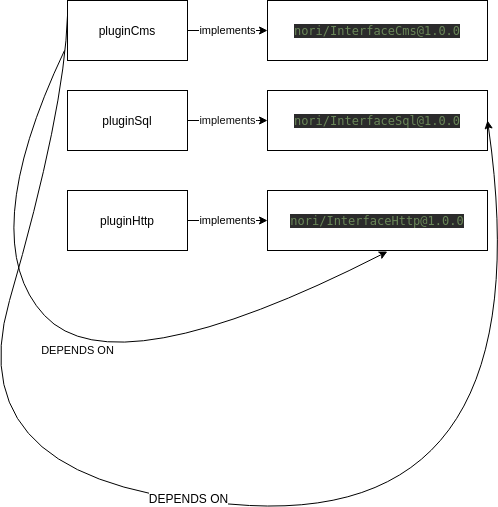
The draw.io diagram internal/dependency/schemes/TestDependencyGraph_PluginsCmsMySqlHttp.png in secure2work/nori, before a commit. Source tidied: cells renumbered, new cells last; positions are measured from the earlier drawing's top-left corner, leaving out a move shared by most shapes.
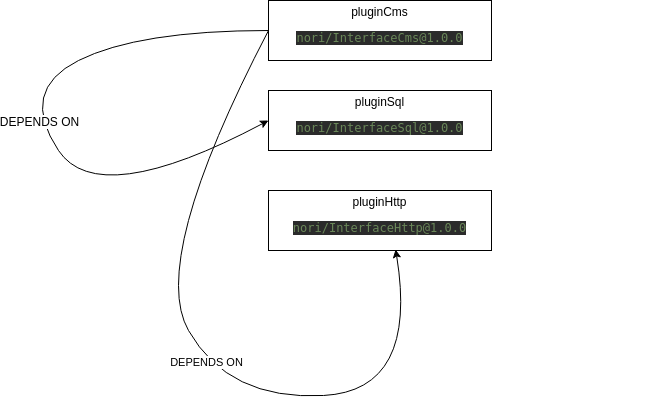
Later version of the same file.

Change to the diagram source:
```diff
@@ -2,60 +2,40 @@
   <root>
     <mxCell id="0" />
     <mxCell id="1" parent="0" />
-    <mxCell id="2" value="pluginCms" style="rounded=0;whiteSpace=wrap;html=1;" parent="1" vertex="1">
-      <mxGeometry x="113" width="120" height="60" as="geometry" />
+    <mxCell id="2" value="pluginCms&lt;br&gt;&lt;pre style=&quot;color: rgb(169 , 183 , 198) ; font-size: 9pt ; background-color: rgb(43 , 43 , 43) ; font-family: &amp;#34;dejavu sans mono&amp;#34;&quot;&gt;&lt;span style=&quot;color: rgb(106 , 135 , 89)&quot;&gt;nori/InterfaceCms@1.0.0&lt;/span&gt;&lt;/pre&gt;" style="rounded=0;whiteSpace=wrap;html=1;" parent="1" vertex="1">
+      <mxGeometry x="113" width="223" height="60" as="geometry" />
     </mxCell>
-    <mxCell id="3" value="pluginSql" style="rounded=0;whiteSpace=wrap;html=1;" parent="1" vertex="1">
-      <mxGeometry x="113" y="90" width="120" height="60" as="geometry" />
+    <mxCell id="3" value="pluginSql&lt;br&gt;&lt;pre style=&quot;color: rgb(169 , 183 , 198) ; font-size: 9pt ; background-color: rgb(43 , 43 , 43) ; font-family: &amp;#34;dejavu sans mono&amp;#34;&quot;&gt;&lt;span style=&quot;color: rgb(106 , 135 , 89)&quot;&gt;nori/InterfaceSql@1.0.0&lt;/span&gt;&lt;/pre&gt;" style="rounded=0;whiteSpace=wrap;html=1;" parent="1" vertex="1">
+      <mxGeometry x="113" y="90" width="223" height="60" as="geometry" />
     </mxCell>
-    <mxCell id="4" value="pluginHttp" style="rounded=0;whiteSpace=wrap;html=1;" parent="1" vertex="1">
-      <mxGeometry x="113" y="190" width="120" height="60" as="geometry" />
+    <mxCell id="4" value="pluginHttp&lt;br&gt;&lt;pre style=&quot;color: rgb(169 , 183 , 198) ; font-size: 9pt ; background-color: rgb(43 , 43 , 43) ; font-family: &amp;#34;dejavu sans mono&amp;#34;&quot;&gt;&lt;span style=&quot;color: rgb(106 , 135 , 89)&quot;&gt;nori/InterfaceHttp@1.0.0&lt;/span&gt;&lt;/pre&gt;" style="rounded=0;whiteSpace=wrap;html=1;" parent="1" vertex="1">
+      <mxGeometry x="113" y="190" width="223" height="60" as="geometry" />
     </mxCell>
-    <mxCell id="5" value="implements" style="endArrow=classic;html=1;exitX=1;exitY=0.5;exitDx=0;exitDy=0;entryX=0;entryY=0.5;entryDx=0;entryDy=0;" parent="1" edge="1" source="4" target="10">
-      <mxGeometry relative="1" as="geometry" />
-    </mxCell>
-    <mxCell id="6" value="&lt;pre style=&quot;background-color: rgb(43 , 43 , 43) ; font-family: &amp;#34;dejavu sans mono&amp;#34; ; font-size: 9pt&quot;&gt;&lt;pre style=&quot;color: rgb(169 , 183 , 198) ; font-family: &amp;#34;dejavu sans mono&amp;#34; ; font-size: 9pt&quot;&gt;&lt;pre style=&quot;font-family: &amp;#34;dejavu sans mono&amp;#34; ; font-size: 9pt&quot;&gt;&lt;pre style=&quot;font-family: &amp;#34;dejavu sans mono&amp;#34; ; font-size: 9pt&quot;&gt;&lt;span style=&quot;color: rgb(106 , 135 , 89)&quot;&gt;nori/InterfaceCms@1.0.0&lt;/span&gt;&lt;/pre&gt;&lt;/pre&gt;&lt;/pre&gt;&lt;/pre&gt;" style="rounded=0;html=1;fontColor=#FFFFFF;whiteSpace=wrap;" parent="1" vertex="1">
-      <mxGeometry x="313" width="220" height="60" as="geometry" />
-    </mxCell>
-    <mxCell id="7" value="implements" style="endArrow=classic;html=1;exitX=1;exitY=0.5;exitDx=0;exitDy=0;entryX=0;entryY=0.5;entryDx=0;entryDy=0;" parent="1" edge="1" source="2" target="6">
-      <mxGeometry relative="1" as="geometry" />
-    </mxCell>
     <mxCell id="8" value="Text" style="text;html=1;align=center;verticalAlign=middle;fontColor=#FFFFFF;" parent="1" vertex="1">
-      <mxGeometry x="346" y="130" width="40" height="20" as="geometry" />
+      <mxGeometry x="449" y="130" width="40" height="20" as="geometry" />
     </mxCell>
-    <mxCell id="9" value="&lt;pre style=&quot;background-color: rgb(43 , 43 , 43) ; font-family: &amp;#34;dejavu sans mono&amp;#34; ; font-size: 9pt&quot;&gt;&lt;pre style=&quot;color: rgb(169 , 183 , 198) ; font-family: &amp;#34;dejavu sans mono&amp;#34; ; font-size: 9pt&quot;&gt;&lt;pre style=&quot;font-family: &amp;#34;dejavu sans mono&amp;#34; ; font-size: 9pt&quot;&gt;&lt;pre style=&quot;font-family: &amp;#34;dejavu sans mono&amp;#34; ; font-size: 9pt&quot;&gt;&lt;span style=&quot;color: rgb(106 , 135 , 89)&quot;&gt;nori/InterfaceSql@1.0.0&lt;/span&gt;&lt;/pre&gt;&lt;/pre&gt;&lt;/pre&gt;&lt;/pre&gt;" style="rounded=0;html=1;fontColor=#FFFFFF;whiteSpace=wrap;" parent="1" vertex="1">
-      <mxGeometry x="313" y="90" width="220" height="60" as="geometry" />
-    </mxCell>
-    <mxCell id="10" value="&lt;pre style=&quot;background-color: rgb(43 , 43 , 43) ; font-family: &amp;#34;dejavu sans mono&amp;#34; ; font-size: 9pt&quot;&gt;&lt;pre style=&quot;color: rgb(169 , 183 , 198) ; font-family: &amp;#34;dejavu sans mono&amp;#34; ; font-size: 9pt&quot;&gt;&lt;pre style=&quot;font-family: &amp;#34;dejavu sans mono&amp;#34; ; font-size: 9pt&quot;&gt;&lt;span style=&quot;color: #6a8759&quot;&gt;nori/InterfaceHttp@1.0.0&lt;/span&gt;&lt;/pre&gt;&lt;/pre&gt;&lt;/pre&gt;" style="rounded=0;html=1;fontColor=#FFFFFF;whiteSpace=wrap;" parent="1" vertex="1">
-      <mxGeometry x="313" y="190" width="220" height="60" as="geometry" />
-    </mxCell>
-    <mxCell id="11" value="implements" style="endArrow=classic;html=1;fontColor=#0F0F0F;exitX=1;exitY=0.5;exitDx=0;exitDy=0;entryX=0;entryY=0.5;entryDx=0;entryDy=0;" parent="1" edge="1" source="3" target="9">
-      <mxGeometry relative="1" as="geometry">
-        <Array as="points">
-          <mxPoint x="313" y="120" />
-        </Array>
-      </mxGeometry>
-    </mxCell>
-    <mxCell id="12" value="DEPENDS ON" style="curved=1;endArrow=classic;html=1;fontColor=#000000;entryX=0.545;entryY=1.017;entryDx=0;entryDy=0;entryPerimeter=0;" parent="1" edge="1" target="10">
+    <mxCell id="12" value="DEPENDS ON" style="curved=1;endArrow=classic;html=1;fontColor=#000000;entryX=0.57;entryY=0.983;entryDx=0;entryDy=0;entryPerimeter=0;exitX=0;exitY=0.5;exitDx=0;exitDy=0;" parent="1" edge="1" source="2" target="4">
       <mxGeometry relative="1" as="geometry">
-        <mxPoint x="110" y="50" as="sourcePoint" />
         <Array as="points">
-          <mxPoint x="20" y="240" />
-          <mxPoint x="160" y="390" />
+          <mxPoint x="-7" y="260" />
+          <mxPoint x="73" y="400" />
+          <mxPoint x="263" y="390" />
         </Array>
       </mxGeometry>
     </mxCell>
-    <mxCell id="13" style="curved=1;endArrow=classic;html=1;fontColor=#000000;exitX=0;exitY=0.25;exitDx=0;exitDy=0;entryX=1;entryY=0.5;entryDx=0;entryDy=0;" parent="1" edge="1" source="2" target="9">
+    <mxCell id="13" style="curved=1;endArrow=classic;html=1;fontColor=#000000;exitX=0;exitY=0.5;exitDx=0;exitDy=0;entryX=0;entryY=0.5;entryDx=0;entryDy=0;" parent="1" edge="1" source="2" target="3">
       <mxGeometry relative="1" as="geometry">
         <Array as="points">
-          <mxPoint x="110" y="110" />
-          <mxPoint y="490" />
-          <mxPoint x="590" y="520" />
+          <mxPoint x="-17" y="30" />
+          <mxPoint x="-137" y="90" />
+          <mxPoint x="-57" y="210" />
         </Array>
       </mxGeometry>
     </mxCell>
     <mxCell id="14" value="DEPENDS ON" style="text;html=1;align=center;verticalAlign=middle;labelBackgroundColor=#ffffff;fontColor=#000000;" parent="13" vertex="1">
-      <mxGeometry x="-0.03" y="4" relative="1" as="geometry" />
+      <mxGeometry x="-0.03" y="4" relative="1" as="geometry">
+        <mxPoint x="0.7" y="8.2" as="offset" />
+      </mxGeometry>
     </mxCell>
   </root>
 </mxGraphModel>
```
